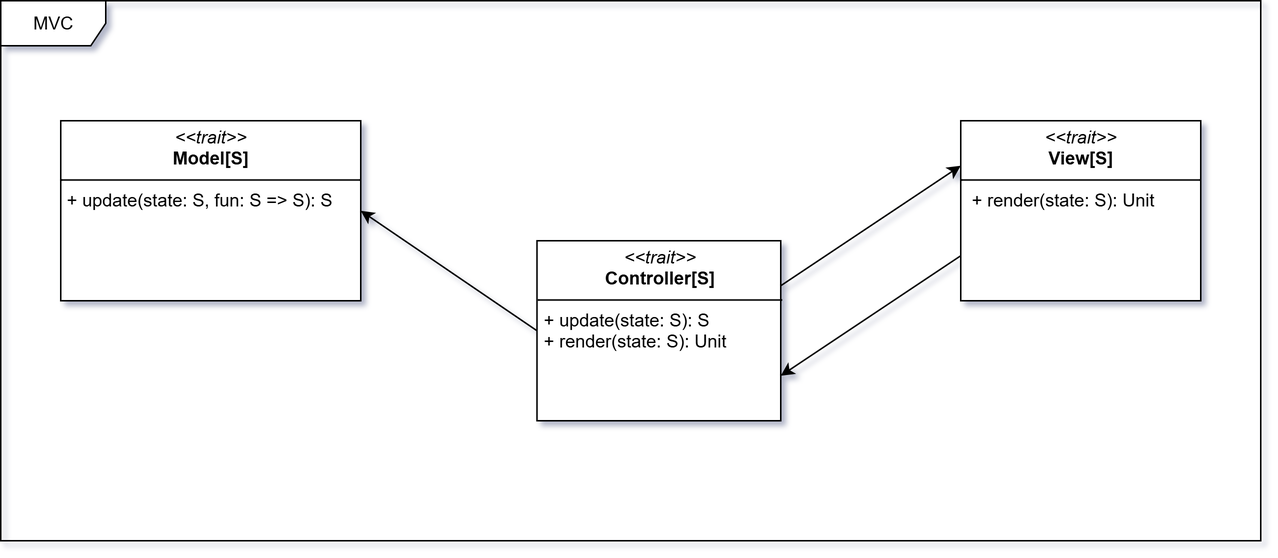
Above: docs/static/img/03-architectural-design/mvc.png in Scala-Robotics-Simulator/PPS-22-srs (draw.io), before the change. Source tidied: cells renumbered, new cells last; positions are measured from the earlier drawing's top-left corner, leaving out a move shared by most shapes.
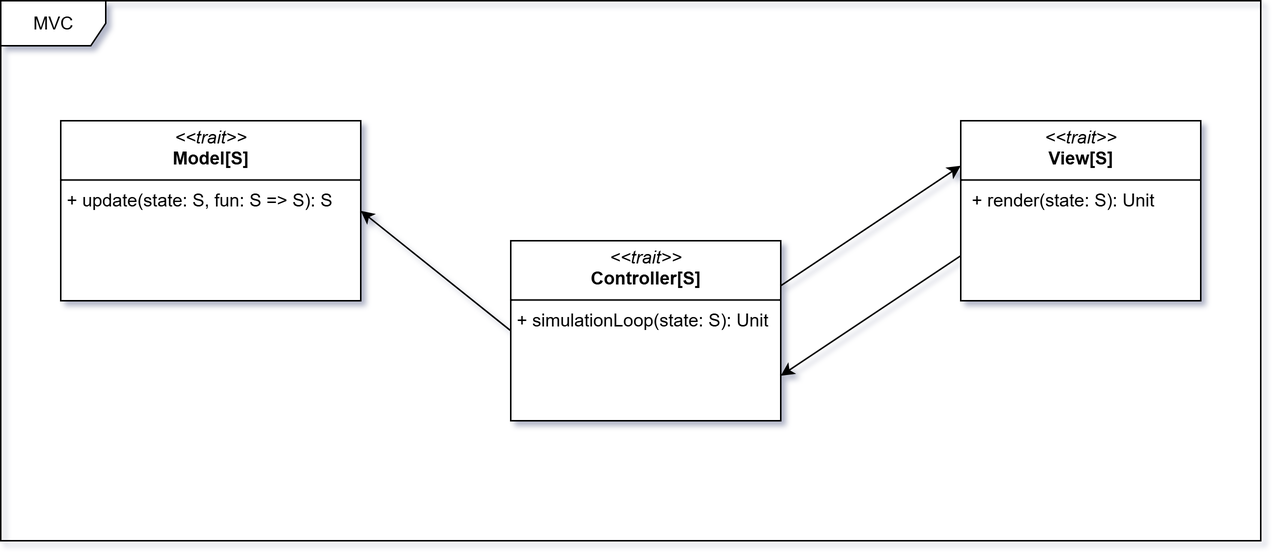
After the change.

Commit message:
docs: update Controller section to clarify simulation loop functionality

Change to the diagram source:
```diff
@@ -11,8 +11,8 @@
     <mxCell id="4" style="rounded=0;jettySize=auto;html=1;entryX=0;entryY=0.25;entryDx=0;entryDy=0;exitX=1;exitY=0.25;exitDx=0;exitDy=0;" parent="1" edge="1" source="5" target="7">
       <mxGeometry relative="1" as="geometry" />
     </mxCell>
-    <mxCell id="5" value="&lt;p style=&quot;margin:0px;margin-top:4px;text-align:center;&quot;&gt;&lt;i&gt;&amp;lt;&amp;lt;trait&amp;gt;&amp;gt;&lt;/i&gt;&lt;br&gt;&lt;b&gt;Controller[S]&lt;/b&gt;&lt;/p&gt;&lt;hr size=&quot;1&quot; style=&quot;border-style:solid;&quot;&gt;&lt;p style=&quot;margin:0px;margin-left:4px;&quot;&gt;+ update(state: S): S&lt;/p&gt;&lt;p style=&quot;margin:0px;margin-left:4px;&quot;&gt;+ render(state: S): Unit&lt;/p&gt;" style="verticalAlign=top;align=left;overflow=fill;html=1;whiteSpace=wrap;" parent="1" vertex="1">
-      <mxGeometry x="357.5" y="160" width="162.5" height="120" as="geometry" />
+    <mxCell id="5" value="&lt;p style=&quot;margin:0px;margin-top:4px;text-align:center;&quot;&gt;&lt;i&gt;&amp;lt;&amp;lt;trait&amp;gt;&amp;gt;&lt;/i&gt;&lt;br&gt;&lt;b&gt;Controller[S]&lt;/b&gt;&lt;/p&gt;&lt;hr size=&quot;1&quot; style=&quot;border-style:solid;&quot;&gt;&lt;p style=&quot;margin:0px;margin-left:4px;&quot;&gt;&lt;span style=&quot;background-color: transparent; color: light-dark(rgb(0, 0, 0), rgb(255, 255, 255));&quot;&gt;+ simulationLoop(state: S): Unit&lt;/span&gt;&lt;/p&gt;" style="verticalAlign=top;align=left;overflow=fill;html=1;whiteSpace=wrap;" parent="1" vertex="1">
+      <mxGeometry x="340" y="160" width="180" height="120" as="geometry" />
     </mxCell>
     <mxCell id="6" style="rounded=0;jettySize=auto;html=1;entryX=1;entryY=0.75;entryDx=0;entryDy=0;exitX=0;exitY=0.75;exitDx=0;exitDy=0;" parent="1" edge="1" source="7" target="5">
       <mxGeometry relative="1" as="geometry" />
```
